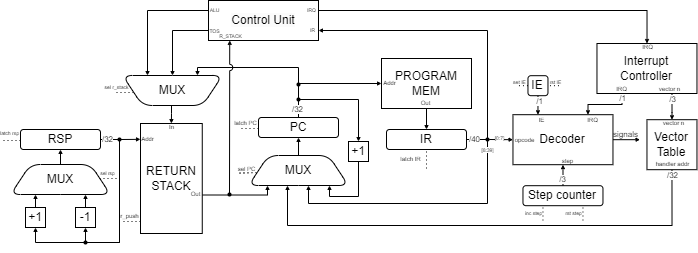
The draw.io diagram docs/scheme/cu.png in lysmux/csa-ak-4, before a commit. Source tidied: cells renumbered, new cells last; positions are measured from the earlier drawing's top-left corner, leaving out a move shared by most shapes.
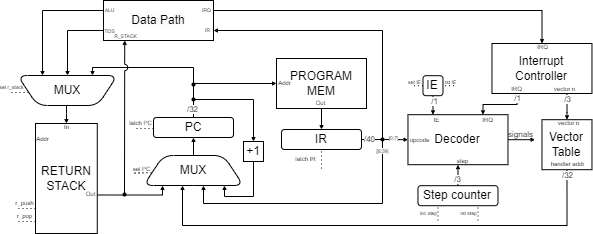
The same file after the commit.

Commit message:
Мелкие схемы и прерываний

What changed in the source:
```diff
@@ -10,45 +10,6 @@
         <mxPoint x="-6" y="-2" as="offset" />
       </mxGeometry>
     </mxCell>
-    <mxCell id="4" style="edgeStyle=orthogonalEdgeStyle;rounded=0;jettySize=auto;html=1;exitX=1;exitY=0.5;exitDx=0;exitDy=0;entryX=0.5;entryY=1;entryDx=0;entryDy=0;endSize=2;" parent="1" edge="1" source="6" target="11">
-      <mxGeometry relative="1" as="geometry">
-        <Array as="points">
-          <mxPoint x="116" y="139" />
-          <mxPoint x="116" y="242" />
-          <mxPoint x="82" y="242" />
-        </Array>
-      </mxGeometry>
-    </mxCell>
-    <mxCell id="5" style="edgeStyle=orthogonalEdgeStyle;rounded=0;jettySize=auto;html=1;exitX=1;exitY=0.5;exitDx=0;exitDy=0;entryX=0.5;entryY=1;entryDx=0;entryDy=0;endSize=2;" parent="1" edge="1" source="6" target="10">
-      <mxGeometry relative="1" as="geometry">
-        <Array as="points">
-          <mxPoint x="116" y="139" />
-          <mxPoint x="116" y="242" />
-          <mxPoint x="32" y="242" />
-        </Array>
-      </mxGeometry>
-    </mxCell>
-    <mxCell id="6" value="RSP" style="rounded=1;whiteSpace=wrap;html=1;" parent="1" vertex="1">
-      <mxGeometry x="17" y="129" width="80" height="20" as="geometry" />
-    </mxCell>
-    <mxCell id="7" value="MUX" style="shape=trapezoid;perimeter=trapezoidPerimeter;whiteSpace=wrap;html=1;fixedSize=1;direction=east;rounded=1;" parent="1" vertex="1">
-      <mxGeometry x="7" y="164" width="100" height="30" as="geometry" />
-    </mxCell>
-    <mxCell id="8" style="endArrow=classic;html=1;rounded=0;entryX=0.5;entryY=1;entryDx=0;entryDy=0;exitX=0.5;exitY=0;exitDx=0;exitDy=0;endFill=1;startSize=2;endSize=2;" parent="1" edge="1" source="7" target="6">
-      <mxGeometry relative="1" as="geometry" />
-    </mxCell>
-    <mxCell id="9" style="endArrow=classic;html=1;rounded=0;entryX=0.25;entryY=1;entryDx=0;entryDy=0;exitX=0.5;exitY=0;exitDx=0;exitDy=0;endFill=1;endSize=2;" parent="1" edge="1" source="10" target="7">
-      <mxGeometry relative="1" as="geometry" />
-    </mxCell>
-    <mxCell id="10" value="+1" style="rounded=0;whiteSpace=wrap;html=1;" parent="1" vertex="1">
-      <mxGeometry x="22" y="207" width="20" height="20" as="geometry" />
-    </mxCell>
-    <mxCell id="11" value="-1" style="rounded=0;whiteSpace=wrap;html=1;" parent="1" vertex="1">
-      <mxGeometry x="72" y="207" width="20" height="20" as="geometry" />
-    </mxCell>
-    <mxCell id="12" style="endArrow=classic;html=1;rounded=0;entryX=0.75;entryY=1;entryDx=0;entryDy=0;exitX=0.5;exitY=0;exitDx=0;exitDy=0;endFill=1;endSize=2;" parent="1" edge="1" source="11" target="7">
-      <mxGeometry relative="1" as="geometry" />
-    </mxCell>
     <mxCell id="13" style="edgeStyle=orthogonalEdgeStyle;rounded=0;jettySize=auto;html=1;exitX=1;exitY=0.65;exitDx=0;exitDy=0;entryX=0.19;entryY=1;entryDx=0;entryDy=0;endSize=2;exitPerimeter=0;entryPerimeter=0;" parent="1" edge="1" source="14" target="30">
       <mxGeometry relative="1" as="geometry">
         <Array as="points">
@@ -59,17 +20,6 @@
     <mxCell id="14" value="RETURN&lt;div&gt;STACK&lt;/div&gt;" style="whiteSpace=wrap;html=1;points=[[0,0,0,0,0],[0,0.25,0,0,0],[0,0.5,0,0,0],[0,0.75,0,0,0],[0,1,0,0,0],[0.25,0,0,0,0],[0.25,1,0,0,0],[0.5,0,0,0,0],[0.5,1,0,0,0],[0.75,0,0,0,0],[0.75,1,0,0,0],[1,0,0,0,0],[1,0.25,0,0,0],[1,0.5,0,0,0],[1,0.65,0,0,0],[1,1,0,0,0]];" parent="1" vertex="1">
       <mxGeometry x="137" y="123" width="61.8" height="110" as="geometry" />
     </mxCell>
-    <mxCell id="15" style="endArrow=none;dashed=1;html=1;dashPattern=1 3;strokeWidth=1;rounded=0;exitX=1;exitY=0.5;exitDx=0;exitDy=0;" parent="1" edge="1">
-      <mxGeometry relative="1" as="geometry">
-        <mxPoint x="96" y="178" as="sourcePoint" />
-        <mxPoint x="113.7" y="178" as="targetPoint" />
-      </mxGeometry>
-    </mxCell>
-    <mxCell id="16" value="&lt;span style=&quot;font-size: 5px;&quot;&gt;sel rsp&lt;/span&gt;" style="edgeLabel;html=1;align=center;verticalAlign=bottom;labelPosition=center;verticalLabelPosition=top;labelBackgroundColor=none;" parent="15" vertex="1">
-      <mxGeometry relative="1" as="geometry">
-        <mxPoint x="-1" y="2" as="offset" />
-      </mxGeometry>
-    </mxCell>
     <mxCell id="17" style="edgeStyle=orthogonalEdgeStyle;rounded=0;jettySize=auto;html=1;exitX=1;exitY=0.5;exitDx=0;exitDy=0;endSize=2;" parent="1" edge="1" source="18">
       <mxGeometry relative="1" as="geometry">
         <mxPoint x="636.5" y="139.2" as="targetPoint" />
@@ -144,25 +94,6 @@
     <mxCell id="30" value="MUX" style="shape=trapezoid;perimeter=trapezoidPerimeter;whiteSpace=wrap;html=1;fixedSize=1;direction=east;rounded=1;points=[[0,0,0,0,0],[0,0.25,0,0,0],[0,0.5,0,0,0],[0,0.75,0,0,0],[0,1,0,0,0],[0.19,1,0,0,0],[0.25,0,0,0,0],[0.39,1,0,0,0],[0.5,0,0,0,0],[0.6,1,0,0,0],[0.75,0,0,0,0],[0.81,1,0,0,0],[1,0,0,0,0],[1,0.25,0,0,0],[1,0.5,0,0,0],[1,0.75,0,0,0],[1,1,0,0,0]];" parent="1" vertex="1">
       <mxGeometry x="245" y="155" width="100" height="30" as="geometry" />
     </mxCell>
-    <mxCell id="31" style="endArrow=none;dashed=1;html=1;dashPattern=1 3;strokeWidth=1;rounded=0;exitX=1;exitY=0.5;exitDx=0;exitDy=0;" parent="1" edge="1">
-      <mxGeometry relative="1" as="geometry">
-        <mxPoint y="140" as="sourcePoint" />
-        <mxPoint x="17.7" y="140" as="targetPoint" />
-      </mxGeometry>
-    </mxCell>
-    <mxCell id="32" value="&lt;span style=&quot;font-size: 5px;&quot;&gt;latch rsp&lt;/span&gt;" style="edgeLabel;html=1;align=center;verticalAlign=bottom;labelPosition=center;verticalLabelPosition=top;labelBackgroundColor=none;" parent="31" vertex="1">
-      <mxGeometry relative="1" as="geometry">
-        <mxPoint x="-3" as="offset" />
-      </mxGeometry>
-    </mxCell>
-    <mxCell id="33" style="edgeStyle=orthogonalEdgeStyle;rounded=0;jettySize=auto;html=1;entryX=-0.001;entryY=0.144;entryDx=0;entryDy=0;entryPerimeter=0;endSize=2;" parent="1" edge="1" source="6" target="14">
-      <mxGeometry relative="1" as="geometry" />
-    </mxCell>
-    <mxCell id="34" value="/32" style="edgeLabel;html=1;align=center;verticalAlign=middle;fontSize=8;" parent="33" vertex="1">
-      <mxGeometry x="0.56" relative="1" as="geometry">
-        <mxPoint x="-24" as="offset" />
-      </mxGeometry>
-    </mxCell>
     <mxCell id="35" style="edgeStyle=orthogonalEdgeStyle;rounded=0;jettySize=auto;html=1;entryX=0.6;entryY=1;entryDx=0;entryDy=0;exitX=1;exitY=0.5;exitDx=0;exitDy=0;endSize=2;entryPerimeter=0;" parent="1" edge="1" source="81" target="30">
       <mxGeometry relative="1" as="geometry">
         <Array as="points">
@@ -290,8 +221,8 @@
     </mxCell>
     <mxCell id="60" style="endArrow=none;dashed=1;html=1;dashPattern=1 3;strokeWidth=1;rounded=0;exitX=1;exitY=0.5;exitDx=0;exitDy=0;" parent="1" edge="1">
       <mxGeometry relative="1" as="geometry">
-        <mxPoint x="120" y="221" as="sourcePoint" />
-        <mxPoint x="137.7" y="221" as="targetPoint" />
+        <mxPoint x="120" y="208" as="sourcePoint" />
+        <mxPoint x="137.7" y="208" as="targetPoint" />
       </mxGeometry>
     </mxCell>
     <mxCell id="61" value="&lt;span style=&quot;font-size: 6px;&quot;&gt;r_push&lt;/span&gt;" style="edgeLabel;html=1;align=center;verticalAlign=bottom;labelPosition=center;verticalLabelPosition=top;labelBackgroundColor=none;" parent="60" vertex="1">
@@ -341,12 +272,6 @@
         <mxPoint x="-5" y="2" as="offset" />
       </mxGeometry>
     </mxCell>
-    <mxCell id="71" style="shape=waypoint;sketch=0;fillStyle=solid;size=6;fillColor=none;perimeter=centerPerimeter;strokeWidth=0;" parent="1" vertex="1">
-      <mxGeometry x="72" y="232" width="20" height="20" as="geometry" />
-    </mxCell>
-    <mxCell id="72" style="shape=waypoint;sketch=0;fillStyle=solid;size=6;fillColor=none;perimeter=centerPerimeter;strokeWidth=0;" parent="1" vertex="1">
-      <mxGeometry x="106" y="129" width="20" height="20" as="geometry" />
-    </mxCell>
     <mxCell id="73" value="+1" style="rounded=0;whiteSpace=wrap;html=1;" parent="1" vertex="1">
       <mxGeometry x="345" y="141" width="20" height="20" as="geometry" />
     </mxCell>
@@ -451,7 +376,7 @@
     <mxCell id="96" style="edgeStyle=orthogonalEdgeStyle;rounded=0;jettySize=auto;html=1;exitX=0;exitY=0.75;exitDx=0;exitDy=0;exitPerimeter=0;endSize=2;" parent="1" edge="1" source="97" target="84">
       <mxGeometry relative="1" as="geometry" />
     </mxCell>
-    <mxCell id="97" value="&lt;span style=&quot;color: rgb(0, 0, 0); font-family: Helvetica; font-size: 12px; font-style: normal; font-variant-ligatures: normal; font-variant-caps: normal; font-weight: 400; letter-spacing: normal; orphans: 2; text-align: center; text-indent: 0px; text-transform: none; widows: 2; word-spacing: 0px; -webkit-text-stroke-width: 0px; white-space: normal; background-color: rgb(251, 251, 251); text-decoration-thickness: initial; text-decoration-style: initial; text-decoration-color: initial; display: inline !important; float: none;&quot;&gt;Control Unit&lt;/span&gt;" style="rounded=0;whiteSpace=wrap;html=1;points=[[0,0,0,0,0],[0,0.25,0,0,0],[0,0.5,0,0,0],[0,0.75,0,0,0],[0,1,0,0,0],[0.16,0,0,0,0],[0.25,1,0,0,0],[0.33,0,0,0,0],[0.5,0,0,0,0],[0.5,1,0,0,0],[0.67,0,0,0,0],[0.75,1,0,0,0],[0.84,0,0,0,0],[1,0,0,0,0],[1,0.25,0,0,0],[1,0.5,0,0,0],[1,0.75,0,0,0],[1,1,0,0,0]];direction=west;" parent="1" vertex="1">
+    <mxCell id="97" value="&lt;span style=&quot;color: rgb(0, 0, 0); font-family: Helvetica; font-size: 12px; font-style: normal; font-variant-ligatures: normal; font-variant-caps: normal; font-weight: 400; letter-spacing: normal; orphans: 2; text-align: center; text-indent: 0px; text-transform: none; widows: 2; word-spacing: 0px; -webkit-text-stroke-width: 0px; white-space: normal; background-color: rgb(251, 251, 251); text-decoration-thickness: initial; text-decoration-style: initial; text-decoration-color: initial; display: inline !important; float: none;&quot;&gt;Data Path&lt;/span&gt;" style="rounded=0;whiteSpace=wrap;html=1;points=[[0,0,0,0,0],[0,0.25,0,0,0],[0,0.5,0,0,0],[0,0.75,0,0,0],[0,1,0,0,0],[0.16,0,0,0,0],[0.25,1,0,0,0],[0.33,0,0,0,0],[0.5,0,0,0,0],[0.5,1,0,0,0],[0.67,0,0,0,0],[0.75,1,0,0,0],[0.84,0,0,0,0],[1,0,0,0,0],[1,0.25,0,0,0],[1,0.5,0,0,0],[1,0.75,0,0,0],[1,1,0,0,0]];direction=west;" parent="1" vertex="1">
       <mxGeometry x="205" width="110" height="40" as="geometry" />
     </mxCell>
     <mxCell id="98" value="&lt;font&gt;ALU&lt;/font&gt;" style="edgeLabel;html=1;align=center;verticalAlign=bottom;labelPosition=center;verticalLabelPosition=top;labelBackgroundColor=none;spacing=0;fontSize=5;" parent="1" vertex="1">
@@ -480,5 +405,16 @@
         </Array>
       </mxGeometry>
     </mxCell>
+    <mxCell id="105" style="endArrow=none;dashed=1;html=1;dashPattern=1 3;strokeWidth=1;rounded=0;exitX=1;exitY=0.5;exitDx=0;exitDy=0;" parent="1" edge="1">
+      <mxGeometry relative="1" as="geometry">
+        <mxPoint x="120" y="221" as="sourcePoint" />
+        <mxPoint x="137.7" y="221" as="targetPoint" />
+      </mxGeometry>
+    </mxCell>
+    <mxCell id="106" value="&lt;span style=&quot;font-size: 6px;&quot;&gt;r_pop&lt;/span&gt;" style="edgeLabel;html=1;align=center;verticalAlign=bottom;labelPosition=center;verticalLabelPosition=top;labelBackgroundColor=none;" parent="105" vertex="1">
+      <mxGeometry relative="1" as="geometry">
+        <mxPoint x="-3" y="2" as="offset" />
+      </mxGeometry>
+    </mxCell>
   </root>
 </mxGraphModel>
```
